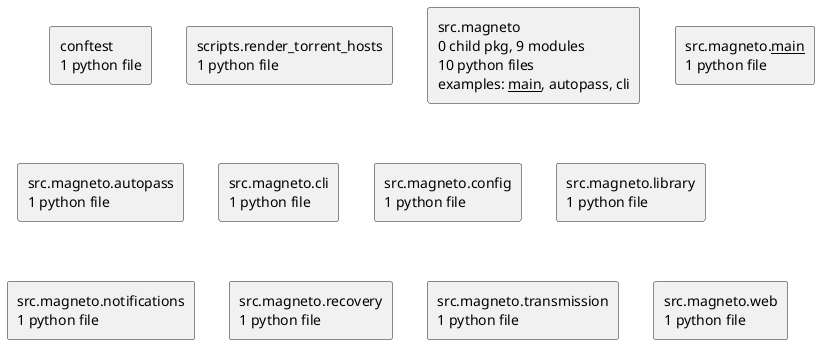
casonk/magneto keeps this PlantUML diagram as docs/diagrams/python-packages.puml.png. Above is the earlier version.
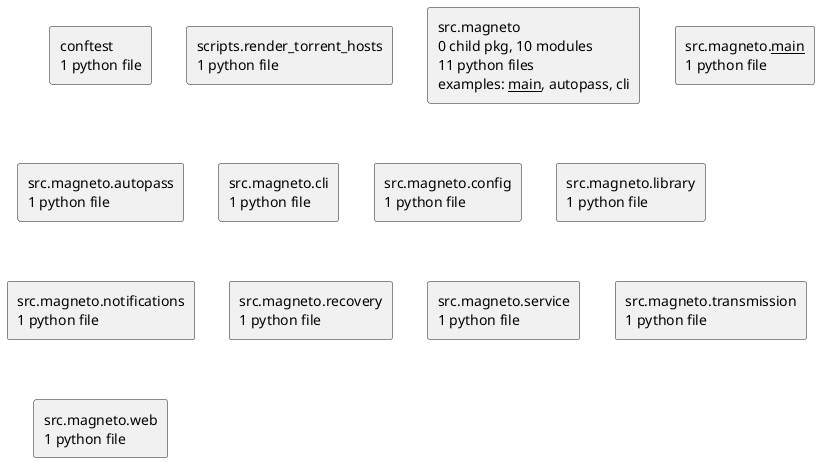
The same file after the commit.

What changed in the source:
```diff
@@ -4,7 +4,7 @@
 skinparam componentStyle rectangle
 rectangle "conftest\n1 python file" as conftest
 rectangle "scripts.render_torrent_hosts\n1 python file" as scripts.render_torrent_hosts
-rectangle "src.magneto\n0 child pkg, 9 modules\n10 python files\nexamples: __main__, autopass, cli" as src.magneto
+rectangle "src.magneto\n0 child pkg, 10 modules\n11 python files\nexamples: __main__, autopass, cli" as src.magneto
 rectangle "src.magneto.__main__\n1 python file" as src.magneto.__main__
 rectangle "src.magneto.autopass\n1 python file" as src.magneto.autopass
 rectangle "src.magneto.cli\n1 python file" as src.magneto.cli
@@ -12,6 +12,7 @@
 rectangle "src.magneto.library\n1 python file" as src.magneto.library
 rectangle "src.magneto.notifications\n1 python file" as src.magneto.notifications
 rectangle "src.magneto.recovery\n1 python file" as src.magneto.recovery
+rectangle "src.magneto.service\n1 python file" as src.magneto.service
 rectangle "src.magneto.transmission\n1 python file" as src.magneto.transmission
 rectangle "src.magneto.web\n1 python file" as src.magneto.web
 @enduml
```
